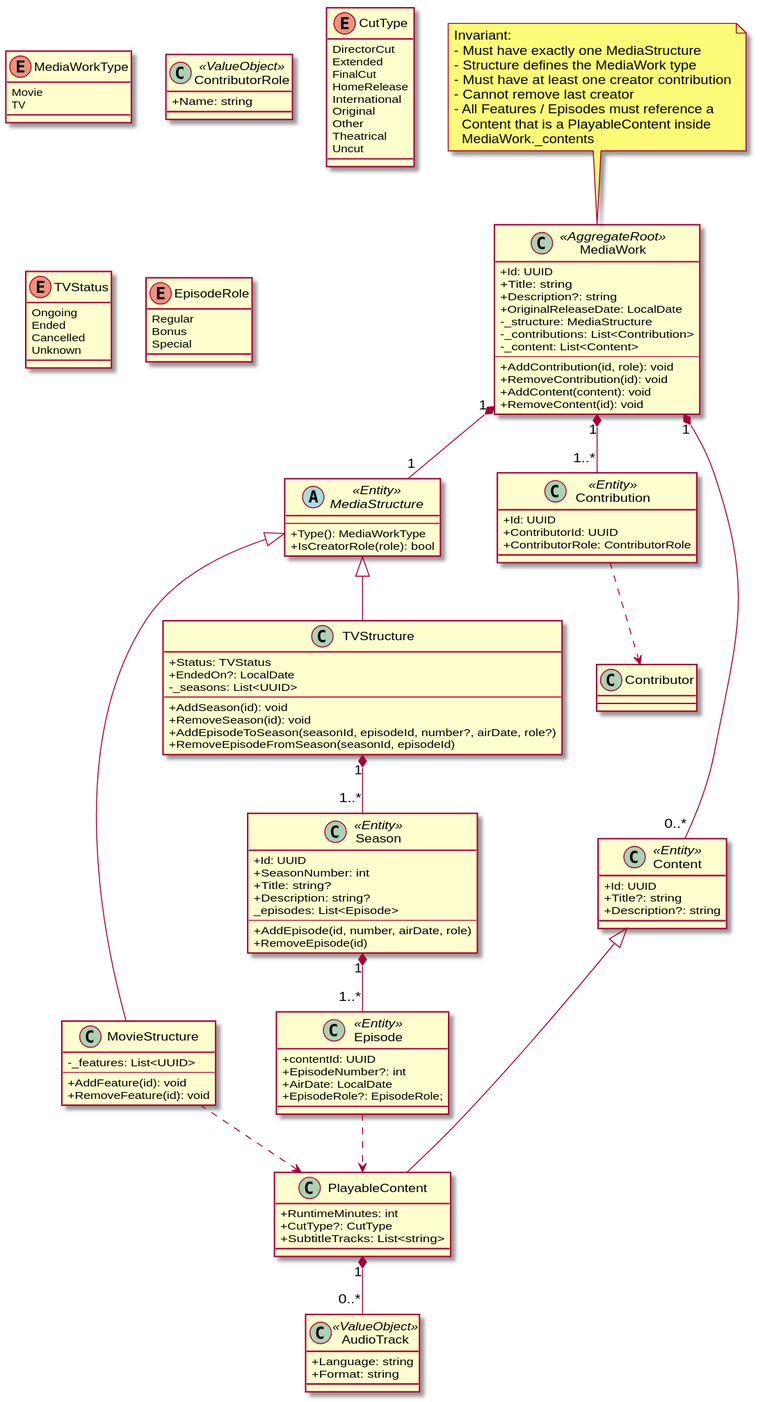
The PlantUML diagram docs/diagrams/domain/domain-media-work.svg in yantue/colleq, before a commit.
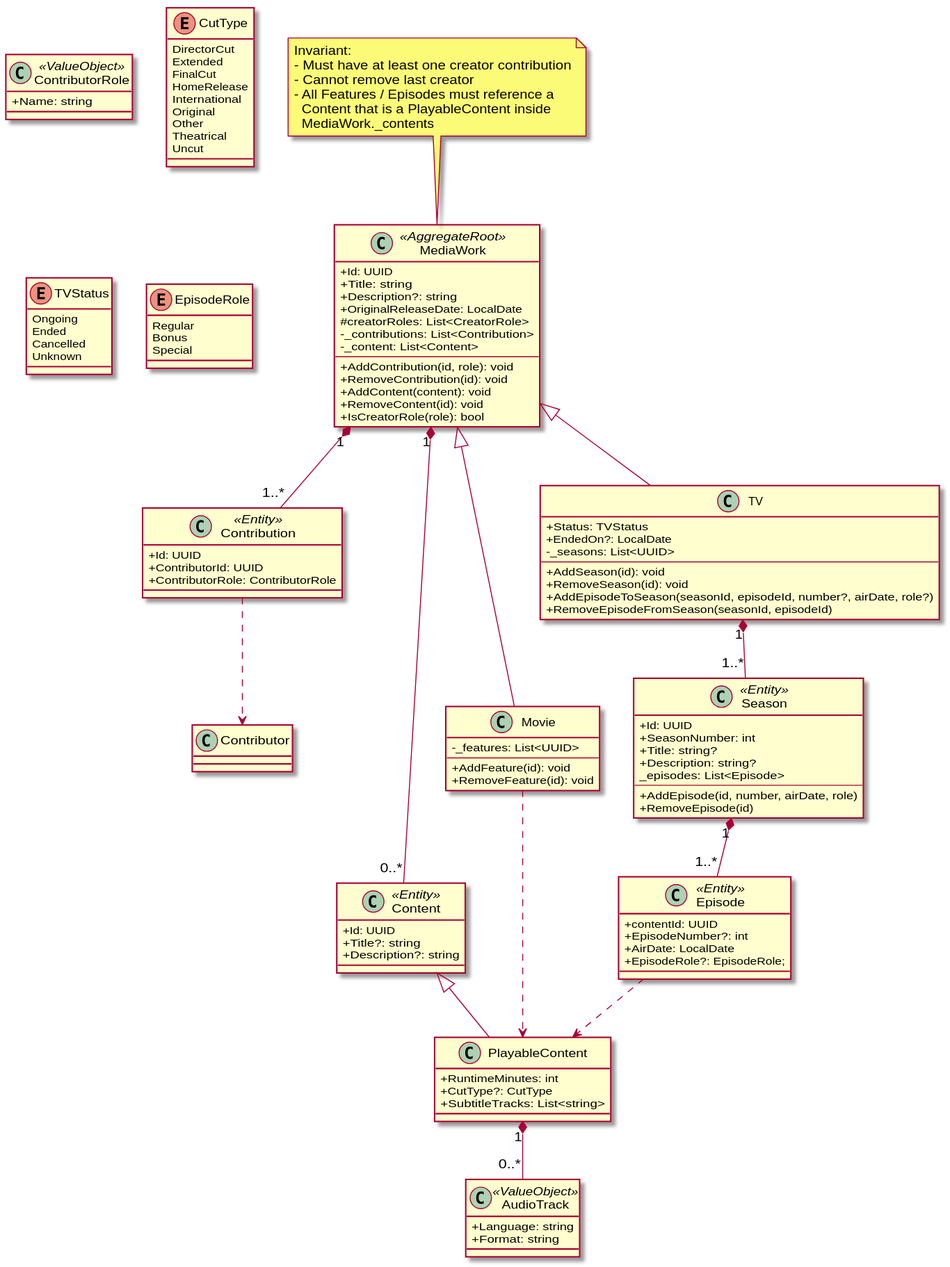
After the change.

Commit message:
Auto-generate UML diagrams

The edit, as a diff of the source:
```diff
@@ -6,7 +6,7 @@
     +Title: string
     +Description?: string
     +OriginalReleaseDate: LocalDate
-    -_structure: MediaStructure
+    #creatorRoles: List<CreatorRole>
     -_contributions: List<Contribution>
     -_content: List<Content>
     --
@@ -14,31 +14,17 @@
     +RemoveContribution(id): void
     +AddContent(content): void
     +RemoveContent(id): void
+    +IsCreatorRole(role): bool
 }
 
 note top of MediaWork
 Invariant:
-- Must have exactly one MediaStructure
-- Structure defines the MediaWork type
 - Must have at least one creator contribution
 - Cannot remove last creator
 - All Features / Episodes must reference a
   Content that is a PlayableContent inside
   MediaWork._contents
 end note
-
-abstract class MediaStructure <<Entity>> {
-    --
-    +Type(): MediaWorkType
-    +IsCreatorRole(role): bool
-}
-
-MediaWork "1" *-- "1" MediaStructure
-
-enum MediaWorkType {
-    Movie
-    TV
-}
 
 class Contribution <<Entity>> {
     +Id: UUID
@@ -87,17 +73,17 @@
 
 PlayableContent "1" *-- "0..*" AudioTrack
 
-class MovieStructure {
+class Movie {
     -_features: List<UUID>
     --
     +AddFeature(id): void
     +RemoveFeature(id): void
 }
 
-MediaStructure <|-- MovieStructure
-MovieStructure ..> PlayableContent
+MediaWork <|-- Movie
+Movie ..> PlayableContent
 
-class TVStructure {
+class TV {
     +Status: TVStatus
     +EndedOn?: LocalDate
     -_seasons: List<UUID>
@@ -108,7 +94,7 @@
     +RemoveEpisodeFromSeason(seasonId, episodeId)
 }
 
-MediaStructure <|-- TVStructure
+MediaWork <|-- TV
 
 enum TVStatus {
     Ongoing
@@ -128,7 +114,7 @@
     +RemoveEpisode(id)
 }
 
-TVStructure "1" *-- "1..*" Season
+TV "1" *-- "1..*" Season
 
 class Episode <<Entity>> {
     +contentId: UUID
```
